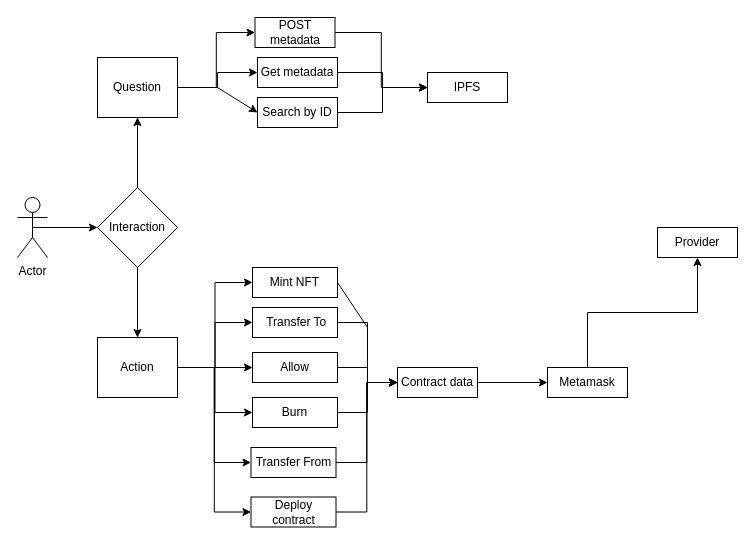
The draw.io diagram architecture/nft.drawio in Encode-Club-Solidity-Group-14/project_week_03, before the edit. Source tidied: cells renumbered, new cells numbered last; positions are measured from the earlier drawing's top-left corner, leaving out a move shared by most shapes. Both pictures are drawn from the tidied source at 100%, with x=0, y=0 at pixel (17, 17).
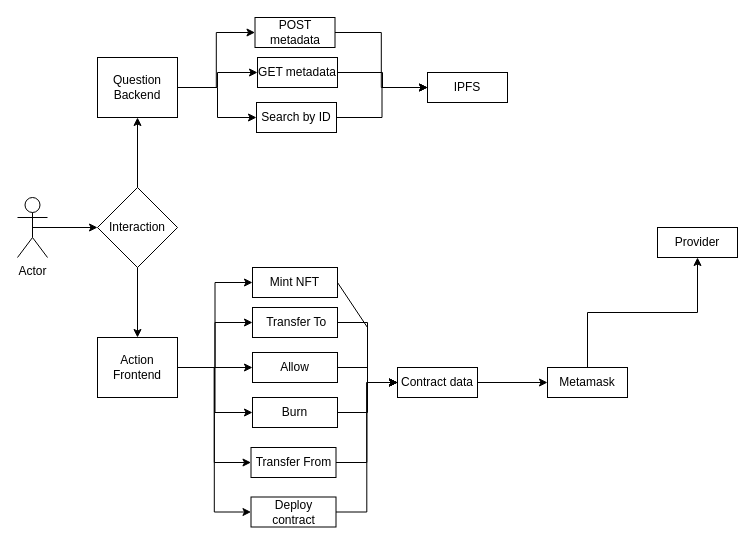
The same page after the edit.

Change to the diagram source:
```diff
@@
-    <mxCell id="11" value="Action" style="rounded=0;whiteSpace=wrap;html=1;" parent="1" vertex="1">
+    <mxCell id="11" value="Action&lt;br&gt;Frontend" style="rounded=0;whiteSpace=wrap;html=1;" parent="1" vertex="1">
       <mxGeometry x="80" y="320" width="80" height="60" as="geometry" />
     </mxCell>
@@
-    <mxCell id="14" value="Question" style="rounded=0;whiteSpace=wrap;html=1;" parent="1" vertex="1">
+    <mxCell id="14" value="Question&lt;br&gt;Backend" style="rounded=0;whiteSpace=wrap;html=1;" parent="1" vertex="1">
       <mxGeometry x="80" y="40" width="80" height="60" as="geometry" />
     </mxCell>
@@
-    <mxCell id="19" value="Get metadata" style="rounded=0;whiteSpace=wrap;html=1;" parent="1" vertex="1">
+    <mxCell id="19" value="GET metadata" style="rounded=0;whiteSpace=wrap;html=1;" parent="1" vertex="1">
       <mxGeometry x="240" y="40" width="80" height="30" as="geometry" />
     </mxCell>
@@
     <mxCell id="27" value="Search by ID" style="rounded=0;whiteSpace=wrap;html=1;" parent="1" vertex="1">
-      <mxGeometry x="240" y="80" width="80" height="30" as="geometry" />
+      <mxGeometry x="239" y="85" width="80" height="30" as="geometry" />
     </mxCell>
     <mxCell id="28" style="endArrow=classic;html=1;rounded=0;entryX=0;entryY=0.5;entryDx=0;entryDy=0;" parent="1" edge="1" target="27">
       <mxGeometry relative="1" as="geometry">
         <mxPoint x="200" y="70" as="sourcePoint" />
+        <Array as="points">
+          <mxPoint x="200" y="100" />
+        </Array>
       </mxGeometry>
     </mxCell>
```
